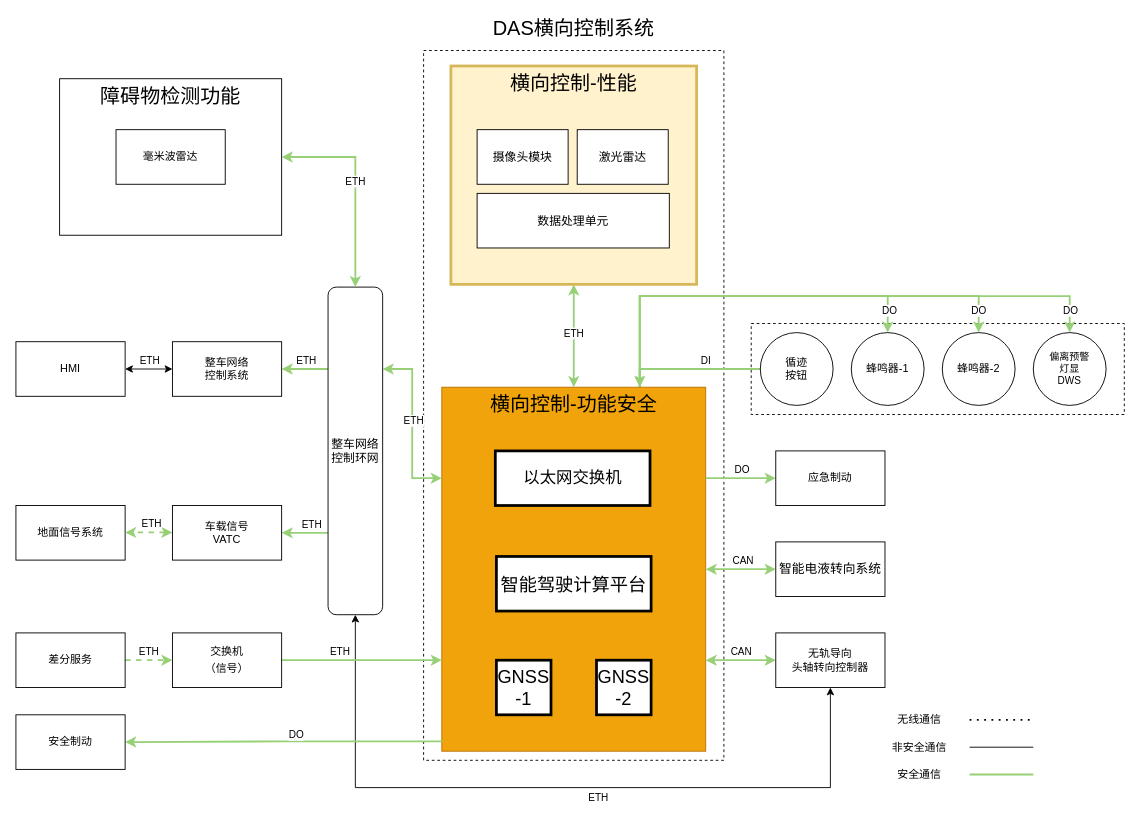
Before: page "横向控制安全部分与外部系统关联关系图" (7 of 16) of 马来DAS系统关联关系图.drawio in FrankWong-cs/SharingwithColleagues, a draw.io diagram. Source tidied: cells renumbered, new cells numbered last; positions are measured from the earlier drawing's top-left corner, leaving out a move shared by most shapes. Both pictures are drawn from the tidied source at 91%, with x=0, y=0 at pixel (15, 15).
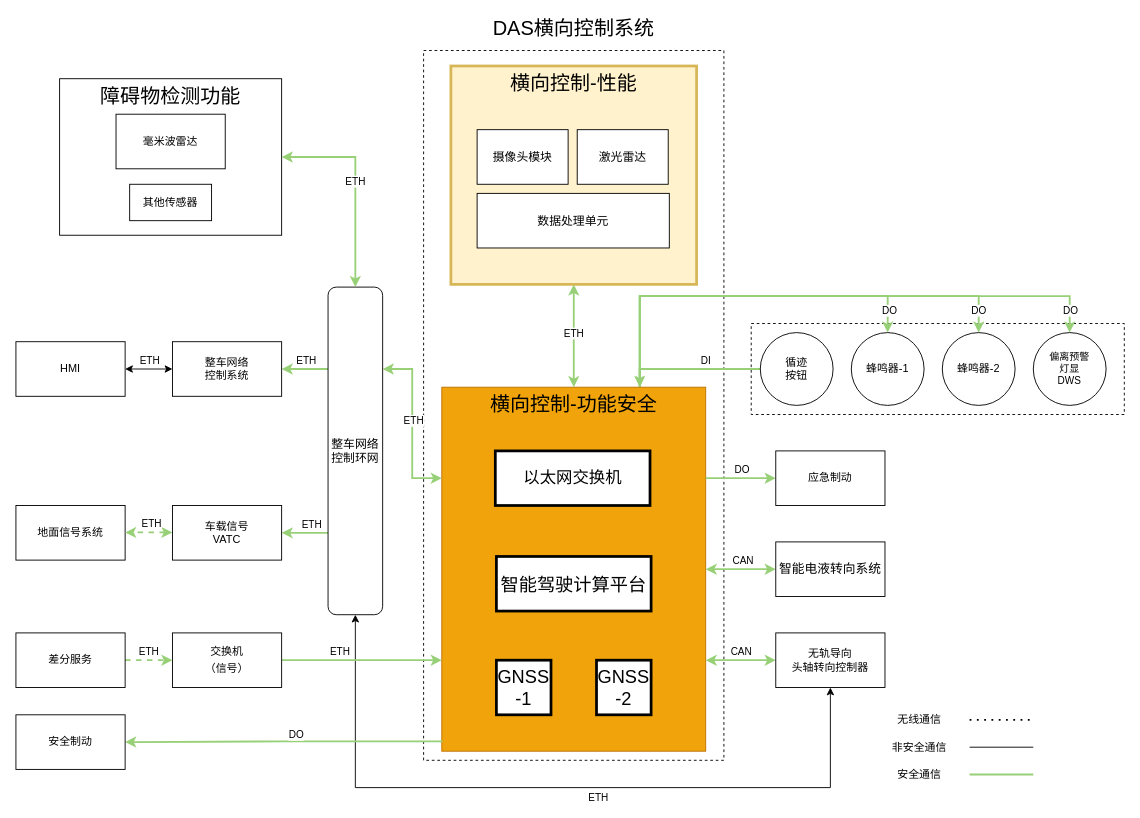
Above is the later version.

Commit message:
更新马来DAS系统关联关系图.drawio

Diff of the diagram source:
```diff
@@
     <mxCell id="70" value="毫米波雷达" style="rounded=0;whiteSpace=wrap;html=1;" parent="1" vertex="1">
-      <mxGeometry x="110" y="125" width="120" height="60" as="geometry" />
+      <mxGeometry x="110" y="108" width="120" height="60" as="geometry" />
     </mxCell>
@@
+    <mxCell id="73" value="其他传感器" style="rounded=0;whiteSpace=wrap;html=1;" parent="1" vertex="1">
+      <mxGeometry x="125" y="185" width="90" height="40" as="geometry" />
+    </mxCell>
```
